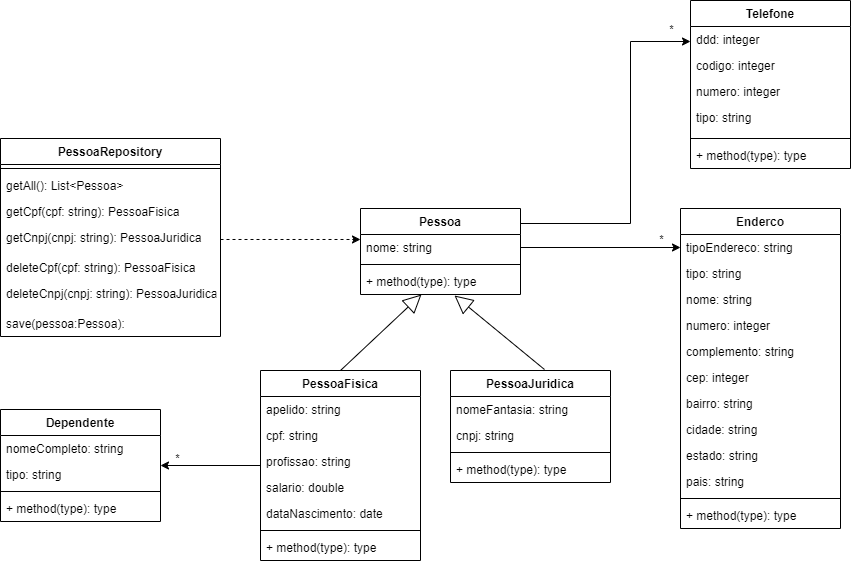
ruirenan/api-pessoas keeps this draw.io diagram as apirest/docs/diagrama-classe.png. Above is the earlier version. Source tidied: cells renumbered, new cells last; positions are measured from the earlier drawing's top-left corner, leaving out a move shared by most shapes.
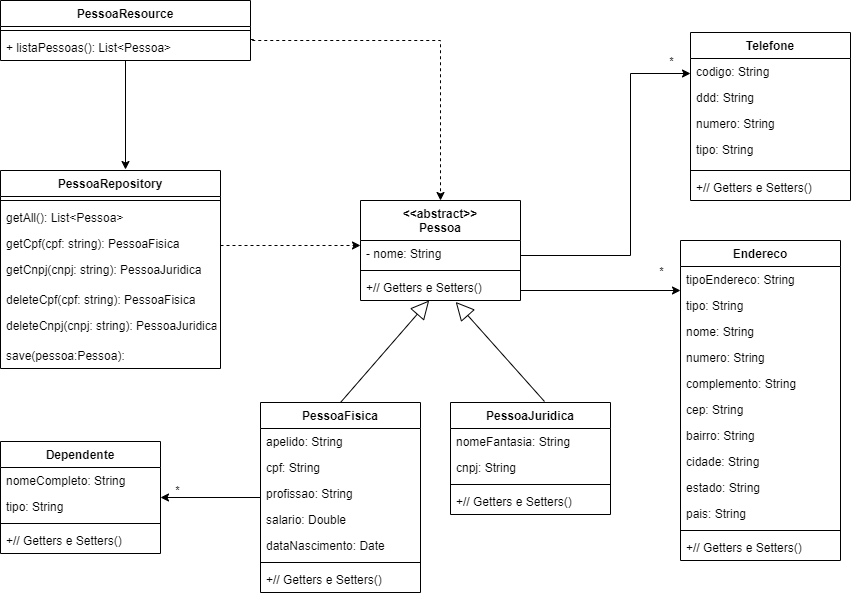
After the commit.

What changed in the source:
```diff
@@ -2,32 +2,18 @@
   <root>
     <mxCell id="0" />
     <mxCell id="1" parent="0" />
-    <mxCell id="2" style="endArrow=block;endSize=16;endFill=0;html=1;entryX=0.381;entryY=1;entryDx=0;entryDy=0;entryPerimeter=0;exitX=0.5;exitY=0;exitDx=0;exitDy=0;" parent="1" edge="1">
+    <mxCell id="2" style="endArrow=block;endSize=16;endFill=0;html=1;exitX=0.5;exitY=0;exitDx=0;exitDy=0;" parent="1" edge="1" target="7">
       <mxGeometry x="-0.14" y="14" relative="1" as="geometry">
         <mxPoint x="340" y="370" as="sourcePoint" />
-        <mxPoint x="421" y="294" as="targetPoint" />
         <mxPoint x="-1" as="offset" />
       </mxGeometry>
     </mxCell>
-    <mxCell id="3" style="endArrow=block;endSize=16;endFill=0;html=1;entryX=0.5;entryY=1.077;entryDx=0;entryDy=0;entryPerimeter=0;exitX=0.5;exitY=0;exitDx=0;exitDy=0;" parent="1" edge="1">
+    <mxCell id="3" style="endArrow=block;endSize=16;endFill=0;html=1;entryX=0.595;entryY=1.054;entryDx=0;entryDy=0;entryPerimeter=0;exitX=0.5;exitY=0;exitDx=0;exitDy=0;" parent="1" edge="1" target="7">
       <mxGeometry x="-0.14" y="14" relative="1" as="geometry">
         <mxPoint x="544" y="369" as="sourcePoint" />
-        <mxPoint x="454" y="295" as="targetPoint" />
         <mxPoint x="-1" as="offset" />
       </mxGeometry>
     </mxCell>
-    <mxCell id="4" value="Pessoa" style="swimlane;fontStyle=1;align=center;verticalAlign=top;horizontal=1;startSize=26;" parent="1" vertex="1">
-      <mxGeometry x="360" y="208" width="160" height="86" as="geometry" />
-    </mxCell>
-    <mxCell id="5" value="nome: string" style="text;strokeColor=none;fillColor=none;align=left;verticalAlign=top;spacingLeft=4;spacingRight=4;overflow=hidden;points=[[0,0.5],[1,0.5]];portConstraint=eastwest;" parent="4" vertex="1">
-      <mxGeometry y="26" width="160" height="26" as="geometry" />
-    </mxCell>
-    <mxCell id="6" style="line;strokeWidth=1;fillColor=none;align=left;verticalAlign=middle;spacingTop=-1;spacingLeft=3;spacingRight=3;labelPosition=right;" parent="4" vertex="1">
-      <mxGeometry y="52" width="160" height="8" as="geometry" />
-    </mxCell>
-    <mxCell id="7" value="+ method(type): type" style="text;strokeColor=none;fillColor=none;align=left;verticalAlign=top;spacingLeft=4;spacingRight=4;overflow=hidden;points=[[0,0.5],[1,0.5]];portConstraint=eastwest;" parent="4" vertex="1">
-      <mxGeometry y="60" width="160" height="26" as="geometry" />
-    </mxCell>
     <mxCell id="8" style="edgeStyle=orthogonalEdgeStyle;rounded=0;jettySize=auto;html=1;" parent="1" edge="1" source="12" target="39">
       <mxGeometry relative="1" as="geometry" />
     </mxCell>
@@ -49,120 +35,127 @@
     <mxCell id="12" value="PessoaFisica" style="swimlane;fontStyle=1;align=center;verticalAlign=top;horizontal=1;startSize=26;" parent="1" vertex="1">
       <mxGeometry x="260" y="370" width="160" height="190" as="geometry" />
     </mxCell>
-    <mxCell id="13" value="apelido: string" style="text;strokeColor=none;fillColor=none;align=left;verticalAlign=top;spacingLeft=4;spacingRight=4;overflow=hidden;" parent="12" vertex="1">
+    <mxCell id="13" value="apelido: String" style="text;strokeColor=none;fillColor=none;align=left;verticalAlign=top;spacingLeft=4;spacingRight=4;overflow=hidden;" parent="12" vertex="1">
       <mxGeometry y="26" width="160" height="26" as="geometry" />
     </mxCell>
-    <mxCell id="14" value="cpf: string" style="text;strokeColor=none;fillColor=none;align=left;verticalAlign=top;spacingLeft=4;spacingRight=4;overflow=hidden;" parent="12" vertex="1">
+    <mxCell id="14" value="cpf: String" style="text;strokeColor=none;fillColor=none;align=left;verticalAlign=top;spacingLeft=4;spacingRight=4;overflow=hidden;" parent="12" vertex="1">
       <mxGeometry y="52" width="160" height="26" as="geometry" />
     </mxCell>
-    <mxCell id="15" value="profissao: string" style="text;strokeColor=none;fillColor=none;align=left;verticalAlign=top;spacingLeft=4;spacingRight=4;overflow=hidden;" parent="12" vertex="1">
+    <mxCell id="15" value="profissao: String" style="text;strokeColor=none;fillColor=none;align=left;verticalAlign=top;spacingLeft=4;spacingRight=4;overflow=hidden;" parent="12" vertex="1">
       <mxGeometry y="78" width="160" height="26" as="geometry" />
     </mxCell>
-    <mxCell id="16" value="salario: double" style="text;strokeColor=none;fillColor=none;align=left;verticalAlign=top;spacingLeft=4;spacingRight=4;overflow=hidden;" parent="12" vertex="1">
+    <mxCell id="16" value="salario: Double" style="text;strokeColor=none;fillColor=none;align=left;verticalAlign=top;spacingLeft=4;spacingRight=4;overflow=hidden;" parent="12" vertex="1">
       <mxGeometry y="104" width="160" height="26" as="geometry" />
     </mxCell>
-    <mxCell id="17" value="dataNascimento: date " style="text;strokeColor=none;fillColor=none;align=left;verticalAlign=top;spacingLeft=4;spacingRight=4;overflow=hidden;" parent="12" vertex="1">
+    <mxCell id="17" value="dataNascimento: Date " style="text;strokeColor=none;fillColor=none;align=left;verticalAlign=top;spacingLeft=4;spacingRight=4;overflow=hidden;" parent="12" vertex="1">
       <mxGeometry y="130" width="160" height="26" as="geometry" />
     </mxCell>
     <mxCell id="18" style="line;strokeWidth=1;fillColor=none;align=left;verticalAlign=middle;spacingTop=-1;spacingLeft=3;spacingRight=3;labelPosition=right;" parent="12" vertex="1">
       <mxGeometry y="156" width="160" height="8" as="geometry" />
     </mxCell>
-    <mxCell id="19" value="+ method(type): type" style="text;strokeColor=none;fillColor=none;align=left;verticalAlign=top;spacingLeft=4;spacingRight=4;overflow=hidden;" parent="12" vertex="1">
-      <mxGeometry y="164" width="160" height="26" as="geometry" />
-    </mxCell>
+    <mxCell id="61" value="+// Getters e Setters()" style="text;strokeColor=none;fillColor=none;align=left;verticalAlign=top;spacingLeft=4;spacingRight=4;overflow=hidden;" parent="12" vertex="1">
+      <mxGeometry y="164" width="160" height="26" as="geometry" />
+    </mxCell>
     <mxCell id="20" value="PessoaJuridica" style="swimlane;fontStyle=1;align=center;verticalAlign=top;horizontal=1;startSize=26;" parent="1" vertex="1">
       <mxGeometry x="450" y="370" width="160" height="112" as="geometry" />
     </mxCell>
-    <mxCell id="21" value="nomeFantasia: string" style="text;strokeColor=none;fillColor=none;align=left;verticalAlign=top;spacingLeft=4;spacingRight=4;overflow=hidden;" parent="20" vertex="1">
+    <mxCell id="21" value="nomeFantasia: String" style="text;strokeColor=none;fillColor=none;align=left;verticalAlign=top;spacingLeft=4;spacingRight=4;overflow=hidden;" parent="20" vertex="1">
       <mxGeometry y="26" width="160" height="26" as="geometry" />
     </mxCell>
-    <mxCell id="22" value="cnpj: string" style="text;strokeColor=none;fillColor=none;align=left;verticalAlign=top;spacingLeft=4;spacingRight=4;overflow=hidden;" parent="20" vertex="1">
+    <mxCell id="22" value="cnpj: String" style="text;strokeColor=none;fillColor=none;align=left;verticalAlign=top;spacingLeft=4;spacingRight=4;overflow=hidden;" parent="20" vertex="1">
       <mxGeometry y="52" width="160" height="26" as="geometry" />
     </mxCell>
     <mxCell id="23" style="line;strokeWidth=1;fillColor=none;align=left;verticalAlign=middle;spacingTop=-1;spacingLeft=3;spacingRight=3;labelPosition=right;" parent="20" vertex="1">
       <mxGeometry y="78" width="160" height="8" as="geometry" />
     </mxCell>
-    <mxCell id="24" value="+ method(type): type" style="text;strokeColor=none;fillColor=none;align=left;verticalAlign=top;spacingLeft=4;spacingRight=4;overflow=hidden;" parent="20" vertex="1">
-      <mxGeometry y="86" width="160" height="26" as="geometry" />
-    </mxCell>
+    <mxCell id="62" value="+// Getters e Setters()" style="text;strokeColor=none;fillColor=none;align=left;verticalAlign=top;spacingLeft=4;spacingRight=4;overflow=hidden;" parent="20" vertex="1">
+      <mxGeometry y="86" width="160" height="26" as="geometry" />
+    </mxCell>
-    <mxCell id="25" value="Enderco" style="swimlane;fontStyle=1;align=center;verticalAlign=top;horizontal=1;startSize=26;" parent="1" vertex="1">
+    <mxCell id="25" value="Endereco" style="swimlane;fontStyle=1;align=center;verticalAlign=top;horizontal=1;startSize=26;" parent="1" vertex="1">
       <mxGeometry x="680" y="208" width="160" height="320" as="geometry" />
     </mxCell>
-    <mxCell id="26" value="tipoEndereco: string" style="text;strokeColor=none;fillColor=none;align=left;verticalAlign=top;spacingLeft=4;spacingRight=4;overflow=hidden;points=[[0,0.5],[1,0.5]];portConstraint=eastwest;" parent="25" vertex="1">
+    <mxCell id="26" value="tipoEndereco: String" style="text;strokeColor=none;fillColor=none;align=left;verticalAlign=top;spacingLeft=4;spacingRight=4;overflow=hidden;points=[[0,0.5],[1,0.5]];portConstraint=eastwest;" parent="25" vertex="1">
       <mxGeometry y="26" width="160" height="26" as="geometry" />
     </mxCell>
-    <mxCell id="27" value="tipo: string" style="text;strokeColor=none;fillColor=none;align=left;verticalAlign=top;spacingLeft=4;spacingRight=4;overflow=hidden;" parent="25" vertex="1">
+    <mxCell id="27" value="tipo: String" style="text;strokeColor=none;fillColor=none;align=left;verticalAlign=top;spacingLeft=4;spacingRight=4;overflow=hidden;" parent="25" vertex="1">
       <mxGeometry y="52" width="160" height="26" as="geometry" />
     </mxCell>
-    <mxCell id="28" value="nome: string" style="text;strokeColor=none;fillColor=none;align=left;verticalAlign=top;spacingLeft=4;spacingRight=4;overflow=hidden;" parent="25" vertex="1">
+    <mxCell id="28" value="nome: String" style="text;strokeColor=none;fillColor=none;align=left;verticalAlign=top;spacingLeft=4;spacingRight=4;overflow=hidden;" parent="25" vertex="1">
       <mxGeometry y="78" width="160" height="26" as="geometry" />
     </mxCell>
-    <mxCell id="29" value="numero: integer" style="text;strokeColor=none;fillColor=none;align=left;verticalAlign=top;spacingLeft=4;spacingRight=4;overflow=hidden;" parent="25" vertex="1">
+    <mxCell id="29" value="numero: String" style="text;strokeColor=none;fillColor=none;align=left;verticalAlign=top;spacingLeft=4;spacingRight=4;overflow=hidden;" parent="25" vertex="1">
       <mxGeometry y="104" width="160" height="26" as="geometry" />
     </mxCell>
-    <mxCell id="30" value="complemento: string" style="text;strokeColor=none;fillColor=none;align=left;verticalAlign=top;spacingLeft=4;spacingRight=4;overflow=hidden;" parent="25" vertex="1">
+    <mxCell id="30" value="complemento: String" style="text;strokeColor=none;fillColor=none;align=left;verticalAlign=top;spacingLeft=4;spacingRight=4;overflow=hidden;" parent="25" vertex="1">
       <mxGeometry y="130" width="160" height="26" as="geometry" />
     </mxCell>
-    <mxCell id="31" value="cep: integer" style="text;strokeColor=none;fillColor=none;align=left;verticalAlign=top;spacingLeft=4;spacingRight=4;overflow=hidden;" parent="25" vertex="1">
+    <mxCell id="31" value="cep: String" style="text;strokeColor=none;fillColor=none;align=left;verticalAlign=top;spacingLeft=4;spacingRight=4;overflow=hidden;" parent="25" vertex="1">
       <mxGeometry y="156" width="160" height="26" as="geometry" />
     </mxCell>
-    <mxCell id="32" value="bairro: string" style="text;strokeColor=none;fillColor=none;align=left;verticalAlign=top;spacingLeft=4;spacingRight=4;overflow=hidden;" parent="25" vertex="1">
+    <mxCell id="32" value="bairro: String" style="text;strokeColor=none;fillColor=none;align=left;verticalAlign=top;spacingLeft=4;spacingRight=4;overflow=hidden;" parent="25" vertex="1">
       <mxGeometry y="182" width="160" height="26" as="geometry" />
     </mxCell>
-    <mxCell id="33" value="cidade: string" style="text;strokeColor=none;fillColor=none;align=left;verticalAlign=top;spacingLeft=4;spacingRight=4;overflow=hidden;" parent="25" vertex="1">
+    <mxCell id="33" value="cidade: String" style="text;strokeColor=none;fillColor=none;align=left;verticalAlign=top;spacingLeft=4;spacingRight=4;overflow=hidden;" parent="25" vertex="1">
       <mxGeometry y="208" width="160" height="26" as="geometry" />
     </mxCell>
-    <mxCell id="34" value="estado: string" style="text;strokeColor=none;fillColor=none;align=left;verticalAlign=top;spacingLeft=4;spacingRight=4;overflow=hidden;" parent="25" vertex="1">
+    <mxCell id="34" value="estado: String" style="text;strokeColor=none;fillColor=none;align=left;verticalAlign=top;spacingLeft=4;spacingRight=4;overflow=hidden;" parent="25" vertex="1">
       <mxGeometry y="234" width="160" height="26" as="geometry" />
     </mxCell>
-    <mxCell id="35" value="pais: string" style="text;strokeColor=none;fillColor=none;align=left;verticalAlign=top;spacingLeft=4;spacingRight=4;overflow=hidden;" parent="25" vertex="1">
+    <mxCell id="35" value="pais: String" style="text;strokeColor=none;fillColor=none;align=left;verticalAlign=top;spacingLeft=4;spacingRight=4;overflow=hidden;" parent="25" vertex="1">
       <mxGeometry y="260" width="160" height="26" as="geometry" />
     </mxCell>
     <mxCell id="36" style="line;strokeWidth=1;fillColor=none;align=left;verticalAlign=middle;spacingTop=-1;spacingLeft=3;spacingRight=3;labelPosition=right;" parent="25" vertex="1">
       <mxGeometry y="286" width="160" height="8" as="geometry" />
     </mxCell>
-    <mxCell id="37" value="+ method(type): type" style="text;strokeColor=none;fillColor=none;align=left;verticalAlign=top;spacingLeft=4;spacingRight=4;overflow=hidden;" parent="25" vertex="1">
-      <mxGeometry y="294" width="160" height="26" as="geometry" />
-    </mxCell>
+    <mxCell id="63" value="+// Getters e Setters()" style="text;strokeColor=none;fillColor=none;align=left;verticalAlign=top;spacingLeft=4;spacingRight=4;overflow=hidden;" parent="25" vertex="1">
+      <mxGeometry y="294" width="160" height="26" as="geometry" />
+    </mxCell>
-    <mxCell id="38" style="edgeStyle=orthogonalEdgeStyle;rounded=0;jettySize=auto;html=1;entryX=0;entryY=0.5;entryDx=0;entryDy=0;" parent="1" edge="1" source="5" target="26">
-      <mxGeometry relative="1" as="geometry" />
+    <mxCell id="38" style="edgeStyle=orthogonalEdgeStyle;rounded=0;orthogonalLoop=1;jettySize=auto;html=1;" parent="1" edge="1">
+      <mxGeometry relative="1" as="geometry">
+        <mxPoint x="520" y="261" as="sourcePoint" />
+        <mxPoint x="680" y="258" as="targetPoint" />
+        <Array as="points">
+          <mxPoint x="520" y="258" />
+          <mxPoint x="680" y="258" />
+        </Array>
+      </mxGeometry>
     </mxCell>
     <mxCell id="39" value="Dependente" style="swimlane;fontStyle=1;align=center;verticalAlign=top;horizontal=1;startSize=26;" parent="1" vertex="1">
       <mxGeometry y="409" width="160" height="112" as="geometry" />
     </mxCell>
-    <mxCell id="40" value="nomeCompleto: string" style="text;strokeColor=none;fillColor=none;align=left;verticalAlign=top;spacingLeft=4;spacingRight=4;overflow=hidden;" parent="39" vertex="1">
+    <mxCell id="40" value="nomeCompleto: String" style="text;strokeColor=none;fillColor=none;align=left;verticalAlign=top;spacingLeft=4;spacingRight=4;overflow=hidden;" parent="39" vertex="1">
       <mxGeometry y="26" width="160" height="26" as="geometry" />
     </mxCell>
-    <mxCell id="41" value="tipo: string" style="text;strokeColor=none;fillColor=none;align=left;verticalAlign=top;spacingLeft=4;spacingRight=4;overflow=hidden;" parent="39" vertex="1">
+    <mxCell id="41" value="tipo: String" style="text;strokeColor=none;fillColor=none;align=left;verticalAlign=top;spacingLeft=4;spacingRight=4;overflow=hidden;" parent="39" vertex="1">
       <mxGeometry y="52" width="160" height="26" as="geometry" />
     </mxCell>
     <mxCell id="42" style="line;strokeWidth=1;fillColor=none;align=left;verticalAlign=middle;spacingTop=-1;spacingLeft=3;spacingRight=3;labelPosition=right;" parent="39" vertex="1">
       <mxGeometry y="78" width="160" height="8" as="geometry" />
     </mxCell>
-    <mxCell id="43" value="+ method(type): type" style="text;strokeColor=none;fillColor=none;align=left;verticalAlign=top;spacingLeft=4;spacingRight=4;overflow=hidden;" parent="39" vertex="1">
-      <mxGeometry y="86" width="160" height="26" as="geometry" />
-    </mxCell>
+    <mxCell id="64" value="+// Getters e Setters()" style="text;strokeColor=none;fillColor=none;align=left;verticalAlign=top;spacingLeft=4;spacingRight=4;overflow=hidden;" parent="39" vertex="1">
+      <mxGeometry y="86" width="160" height="26" as="geometry" />
+    </mxCell>
     <mxCell id="44" value="Telefone" style="swimlane;fontStyle=1;align=center;verticalAlign=top;horizontal=1;startSize=26;" parent="1" vertex="1">
       <mxGeometry x="690" width="160" height="168" as="geometry" />
     </mxCell>
+    <mxCell id="46" value="codigo: String" style="text;strokeColor=none;fillColor=none;align=left;verticalAlign=top;spacingLeft=4;spacingRight=4;overflow=hidden;" parent="44" vertex="1">
+      <mxGeometry y="26" width="160" height="26" as="geometry" />
+    </mxCell>
-    <mxCell id="45" value="ddd: integer" style="text;strokeColor=none;fillColor=none;align=left;verticalAlign=top;spacingLeft=4;spacingRight=4;overflow=hidden;" parent="44" vertex="1">
-      <mxGeometry y="26" width="160" height="26" as="geometry" />
+    <mxCell id="45" value="ddd: String" style="text;strokeColor=none;fillColor=none;align=left;verticalAlign=top;spacingLeft=4;spacingRight=4;overflow=hidden;" parent="44" vertex="1">
+      <mxGeometry y="52" width="160" height="26" as="geometry" />
     </mxCell>
-    <mxCell id="46" value="codigo: integer" style="text;strokeColor=none;fillColor=none;align=left;verticalAlign=top;spacingLeft=4;spacingRight=4;overflow=hidden;" parent="44" vertex="1">
-      <mxGeometry y="52" width="160" height="26" as="geometry" />
-    </mxCell>
-    <mxCell id="47" value="numero: integer" style="text;strokeColor=none;fillColor=none;align=left;verticalAlign=top;spacingLeft=4;spacingRight=4;overflow=hidden;" parent="44" vertex="1">
+    <mxCell id="47" value="numero: String" style="text;strokeColor=none;fillColor=none;align=left;verticalAlign=top;spacingLeft=4;spacingRight=4;overflow=hidden;" parent="44" vertex="1">
       <mxGeometry y="78" width="160" height="26" as="geometry" />
     </mxCell>
-    <mxCell id="48" value="tipo: string" style="text;strokeColor=none;fillColor=none;align=left;verticalAlign=top;spacingLeft=4;spacingRight=4;overflow=hidden;" parent="44" vertex="1">
+    <mxCell id="48" value="tipo: String" style="text;strokeColor=none;fillColor=none;align=left;verticalAlign=top;spacingLeft=4;spacingRight=4;overflow=hidden;" parent="44" vertex="1">
       <mxGeometry y="104" width="160" height="30" as="geometry" />
     </mxCell>
     <mxCell id="49" style="line;strokeWidth=1;fillColor=none;align=left;verticalAlign=middle;spacingTop=-1;spacingLeft=3;spacingRight=3;labelPosition=right;" parent="44" vertex="1">
       <mxGeometry y="134" width="160" height="8" as="geometry" />
     </mxCell>
-    <mxCell id="50" value="+ method(type): type" style="text;strokeColor=none;fillColor=none;align=left;verticalAlign=top;spacingLeft=4;spacingRight=4;overflow=hidden;" parent="44" vertex="1">
-      <mxGeometry y="142" width="160" height="26" as="geometry" />
-    </mxCell>
+    <mxCell id="65" value="+// Getters e Setters()" style="text;strokeColor=none;fillColor=none;align=left;verticalAlign=top;spacingLeft=4;spacingRight=4;overflow=hidden;" parent="44" vertex="1">
+      <mxGeometry y="142" width="160" height="26" as="geometry" />
+    </mxCell>
     <mxCell id="51" style="edgeStyle=orthogonalEdgeStyle;rounded=0;orthogonalLoop=1;jettySize=auto;html=1;entryX=0;entryY=0.5;entryDx=0;entryDy=0;" parent="1" edge="1">
       <mxGeometry relative="1" as="geometry">
         <mxPoint x="520" y="223" as="sourcePoint" />
@@ -197,8 +190,48 @@
     <mxCell id="59" value="save(pessoa:Pessoa): " style="text;strokeColor=none;fillColor=none;align=left;verticalAlign=top;spacingLeft=4;spacingRight=4;overflow=hidden;" parent="52" vertex="1">
       <mxGeometry y="172" width="220" height="26" as="geometry" />
     </mxCell>
-    <mxCell id="60" style="edgeStyle=orthogonalEdgeStyle;rounded=0;jettySize=auto;html=1;entryX=0;entryY=0.192;entryDx=0;entryDy=0;entryPerimeter=0;dashed=1;" parent="1" edge="1" source="56" target="5">
-      <mxGeometry relative="1" as="geometry" />
+    <mxCell id="60" style="edgeStyle=orthogonalEdgeStyle;rounded=0;jettySize=auto;html=1;entryX=0;entryY=0.192;entryDx=0;entryDy=0;entryPerimeter=0;dashed=1;" parent="1" edge="1" target="5">
+      <mxGeometry relative="1" as="geometry">
+        <mxPoint x="220" y="213" as="sourcePoint" />
+        <Array as="points">
+          <mxPoint x="220" y="213" />
+        </Array>
+      </mxGeometry>
     </mxCell>
+    <mxCell id="4" value="&lt;&lt;abstract&gt;&gt;&#10;Pessoa" style="swimlane;fontStyle=1;align=center;verticalAlign=top;horizontal=1;startSize=40;" parent="1" vertex="1">
+      <mxGeometry x="360" y="168" width="160" height="100" as="geometry" />
+    </mxCell>
+    <mxCell id="5" value="- nome: String" style="text;strokeColor=none;fillColor=none;align=left;verticalAlign=top;spacingLeft=4;spacingRight=4;overflow=hidden;points=[[0,0.5],[1,0.5]];portConstraint=eastwest;" parent="4" vertex="1">
+      <mxGeometry y="40" width="160" height="26" as="geometry" />
+    </mxCell>
+    <mxCell id="6" style="line;strokeWidth=1;fillColor=none;align=left;verticalAlign=middle;spacingTop=-1;spacingLeft=3;spacingRight=3;labelPosition=right;" parent="4" vertex="1">
+      <mxGeometry y="66" width="160" height="8" as="geometry" />
+    </mxCell>
+    <mxCell id="7" value="+// Getters e Setters()" style="text;strokeColor=none;fillColor=none;align=left;verticalAlign=top;spacingLeft=4;spacingRight=4;overflow=hidden;points=[[0,0.5],[1,0.5]];portConstraint=eastwest;" parent="4" vertex="1">
+      <mxGeometry y="74" width="160" height="26" as="geometry" />
+    </mxCell>
+    <mxCell id="66" style="edgeStyle=orthogonalEdgeStyle;rounded=0;jettySize=auto;html=1;" parent="1" edge="1" source="68">
+      <mxGeometry relative="1" as="geometry">
+        <mxPoint x="125" y="137" as="targetPoint" />
+      </mxGeometry>
+    </mxCell>
+    <mxCell id="67" style="edgeStyle=orthogonalEdgeStyle;rounded=0;jettySize=auto;html=1;dashed=1;exitX=1.013;exitY=0.192;exitDx=0;exitDy=0;exitPerimeter=0;" parent="1" edge="1" source="70" target="4">
+      <mxGeometry relative="1" as="geometry">
+        <Array as="points">
+          <mxPoint x="250" y="7" />
+          <mxPoint x="250" y="8" />
+          <mxPoint x="440" y="8" />
+        </Array>
+      </mxGeometry>
+    </mxCell>
+    <mxCell id="68" value="PessoaResource" style="swimlane;fontStyle=1;align=center;verticalAlign=top;horizontal=1;startSize=26;" parent="1" vertex="1">
+      <mxGeometry y="-32" width="250" height="60" as="geometry" />
+    </mxCell>
+    <mxCell id="69" style="line;strokeWidth=1;fillColor=none;align=left;verticalAlign=middle;spacingTop=-1;spacingLeft=3;spacingRight=3;labelPosition=right;" parent="68" vertex="1">
+      <mxGeometry y="26" width="250" height="8" as="geometry" />
+    </mxCell>
+    <mxCell id="70" value="+ listaPessoas(): List&lt;Pessoa&gt;" style="text;strokeColor=none;fillColor=none;align=left;verticalAlign=top;spacingLeft=4;spacingRight=4;overflow=hidden;points=[[0,0.5],[1,0.5]];portConstraint=eastwest;" parent="68" vertex="1">
+      <mxGeometry y="34" width="250" height="26" as="geometry" />
+    </mxCell>
   </root>
 </mxGraphModel>
```
